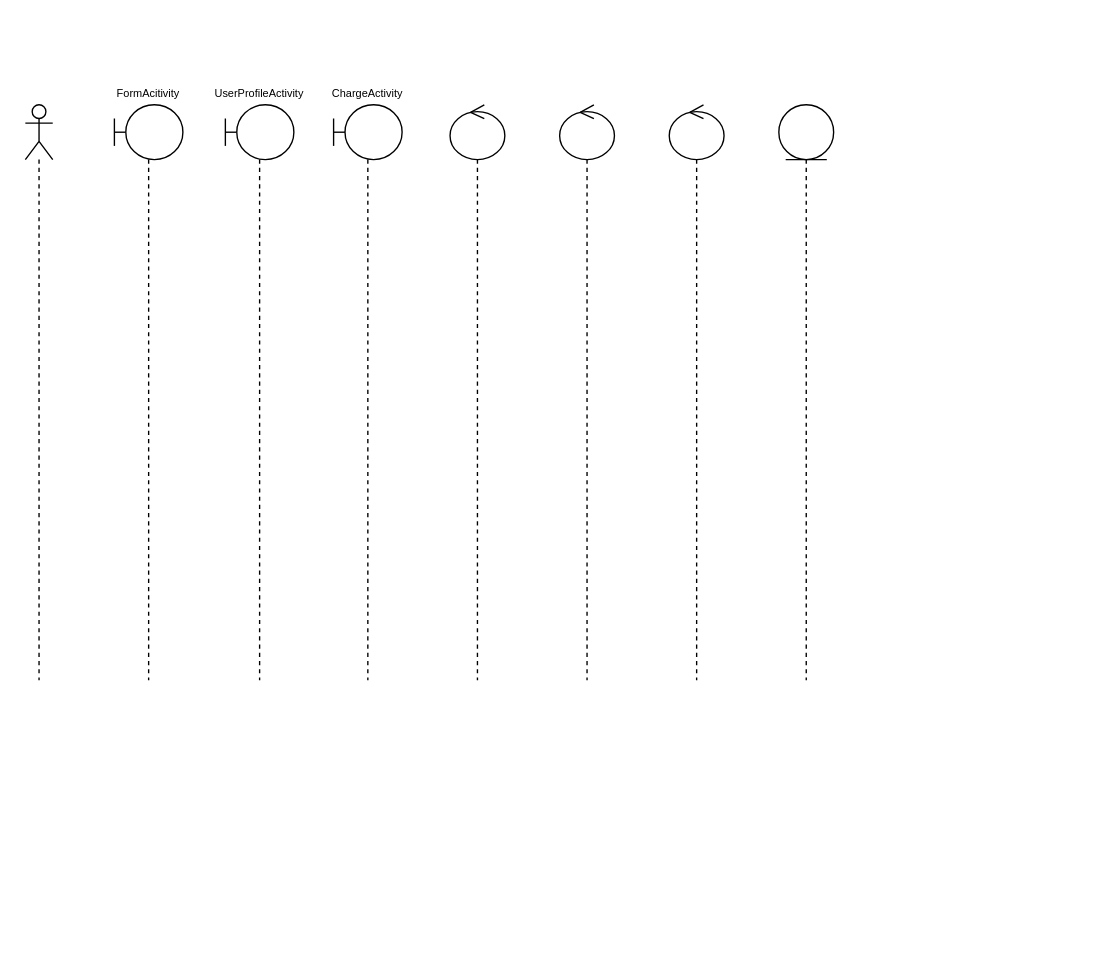
Before: Snap.drawio in mrezaabqr/ttsnmock, a draw.io diagram. Source tidied: cells renumbered, new cells numbered last; positions are measured from the earlier drawing's top-left corner, leaving out a move shared by most shapes. Both pictures are drawn from the tidied source at 137%, with x=0, y=0 at pixel (25, 104).
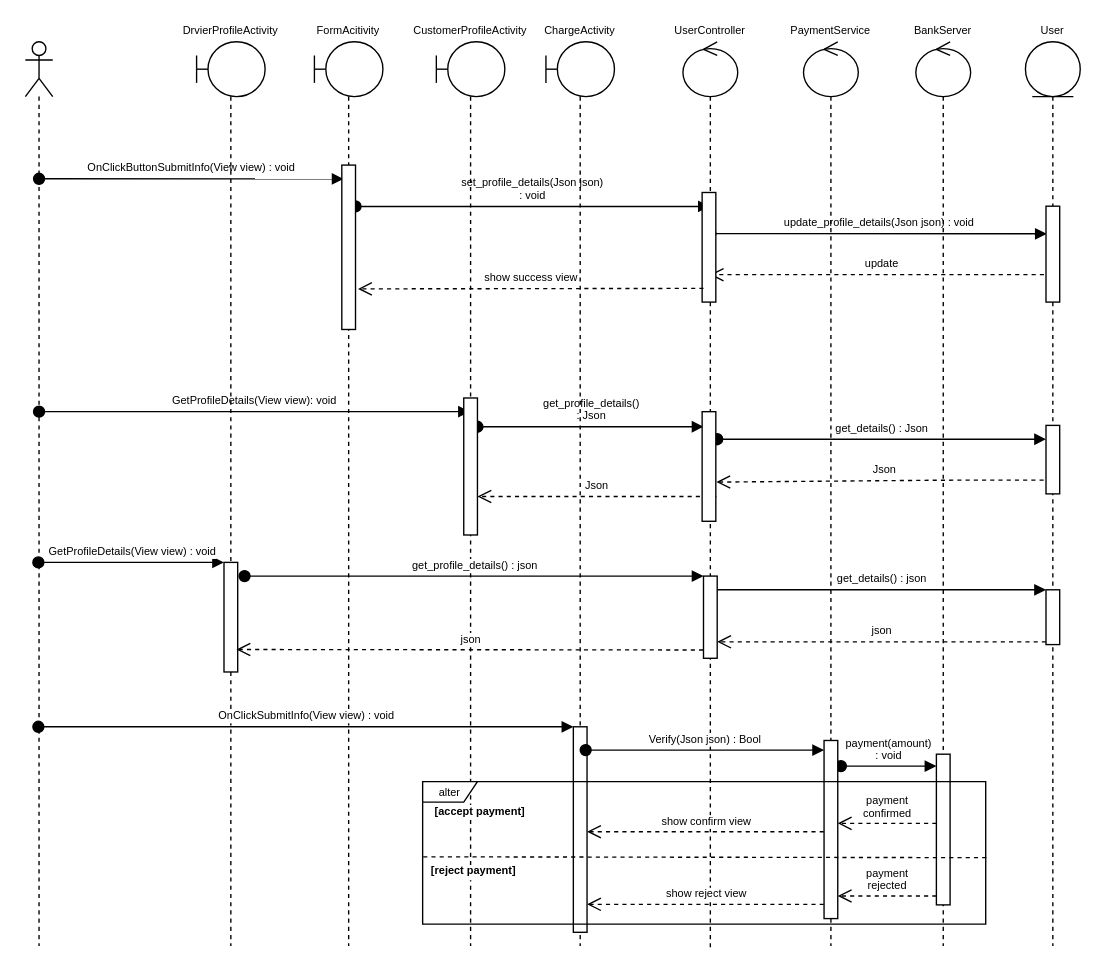
The same diagram, later.

Diff of the diagram source:
```diff
@@
+    <mxCell id="10" value="payment(amount) &lt;br&gt;: void" style="html=1;verticalAlign=bottom;startArrow=oval;endArrow=block;startSize=8;labelBackgroundColor=none;fontSize=8;fontColor=#000000;exitX=1.233;exitY=0.096;exitDx=0;exitDy=0;exitPerimeter=0;" parent="1" edge="1">
+      <mxGeometry relative="1" as="geometry">
+        <mxPoint x="595.3" y="482.7" as="sourcePoint" />
+        <mxPoint x="665" y="482.7" as="targetPoint" />
+      </mxGeometry>
+    </mxCell>
+    <mxCell id="11" value="Json" style="html=1;verticalAlign=bottom;endArrow=open;dashed=1;endSize=8;fontSize=8;exitX=0.9;exitY=0.963;exitDx=0;exitDy=0;exitPerimeter=0;" parent="1" edge="1" target="20">
+      <mxGeometry relative="1" as="geometry">
+        <mxPoint x="504.4" y="285.9" as="sourcePoint" />
+      </mxGeometry>
+    </mxCell>
+    <mxCell id="12" value="Json" style="html=1;verticalAlign=bottom;endArrow=open;dashed=1;endSize=8;fontSize=8;entryX=0.9;entryY=0.917;entryDx=0;entryDy=0;entryPerimeter=0;" parent="1" edge="1">
+      <mxGeometry relative="1" as="geometry">
+        <mxPoint x="749.3" y="274" as="sourcePoint" />
+        <mxPoint x="504.4" y="275.4" as="targetPoint" />
+        <Array as="points">
+          <mxPoint x="670" y="274" />
+        </Array>
+      </mxGeometry>
+    </mxCell>
+    <mxCell id="13" value="get_details() : Json" style="html=1;verticalAlign=bottom;startArrow=oval;startFill=1;endArrow=block;startSize=8;fontSize=8;" parent="1" edge="1" target="26">
+      <mxGeometry relative="1" as="geometry">
+        <mxPoint x="505" y="244.1" as="sourcePoint" />
+      </mxGeometry>
+    </mxCell>
+    <mxCell id="14" value="get_profile_details()&lt;br&gt;: Json" style="html=1;verticalAlign=bottom;startArrow=oval;startFill=1;endArrow=block;startSize=8;fontSize=8;labelPosition=center;verticalLabelPosition=top;align=center;" parent="1" edge="1">
+      <mxGeometry relative="1" as="geometry">
+        <mxPoint x="330" y="235" as="sourcePoint" />
+        <mxPoint x="495" y="235" as="targetPoint" />
+      </mxGeometry>
+    </mxCell>
+    <mxCell id="15" value="GetProfileDetails(View view): void" style="html=1;verticalAlign=bottom;startArrow=oval;startFill=1;endArrow=block;startSize=8;fontSize=8;labelPosition=center;verticalLabelPosition=top;align=center;" parent="1" edge="1" target="4">
+      <mxGeometry relative="1" as="geometry">
+        <mxPoint x="10" y="224" as="sourcePoint" />
+      </mxGeometry>
+    </mxCell>
+    <mxCell id="16" value="update" style="html=1;verticalAlign=bottom;endArrow=open;dashed=1;endSize=8;fontSize=8;" parent="1" edge="1" source="9" target="6">
+      <mxGeometry relative="1" as="geometry">
+        <Array as="points">
+          <mxPoint x="670" y="124" />
+        </Array>
+      </mxGeometry>
+    </mxCell>
+    <mxCell id="17" value="set_profile_details(Json json)&lt;br&gt;: void" style="html=1;verticalAlign=bottom;startArrow=oval;startFill=1;endArrow=block;startSize=8;fontSize=8;labelPosition=center;verticalLabelPosition=top;align=center;entryX=0.5;entryY=0.043;entryDx=0;entryDy=0;entryPerimeter=0;" parent="1" edge="1" source="19">
+      <mxGeometry relative="1" as="geometry">
+        <mxPoint x="499.6" y="74.2" as="targetPoint" />
+      </mxGeometry>
+    </mxCell>
     <mxCell id="2" style="shape=umlLifeline;participant=umlActor;perimeter=lifelinePerimeter;whiteSpace=wrap;html=1;verticalAlign=top;spacingTop=36;labelBackgroundColor=#ffffff;outlineConnect=0;" parent="1" vertex="1">
-      <mxGeometry width="20" height="420" as="geometry" />
+      <mxGeometry y="-46" width="20" height="660" as="geometry" />
     </mxCell>
+    <mxCell id="18" value="OnClickButtonSubmitInfo(View view) : void&lt;br&gt;" style="html=1;verticalAlign=bottom;startArrow=oval;startFill=1;endArrow=block;startSize=8;fontSize=8;labelPosition=center;verticalLabelPosition=top;align=center;entryX=0.128;entryY=0.084;entryDx=0;entryDy=0;entryPerimeter=0;" parent="2" edge="1" target="19">
+      <mxGeometry relative="1" as="geometry">
+        <mxPoint x="10" y="100" as="sourcePoint" />
+      </mxGeometry>
+    </mxCell>
     <mxCell id="3" value="FormAcitivity&lt;br&gt;" style="shape=umlLifeline;participant=umlBoundary;perimeter=lifelinePerimeter;whiteSpace=wrap;html=1;verticalAlign=bottom;spacingTop=36;labelBackgroundColor=#ffffff;fontSize=8;labelPosition=center;verticalLabelPosition=top;align=center;size=40;" parent="1" vertex="1">
-      <mxGeometry x="65" width="50" height="420" as="geometry" />
+      <mxGeometry x="211" y="-46" width="50" height="660" as="geometry" />
     </mxCell>
+    <mxCell id="19" style="html=1;points=[];perimeter=orthogonalPerimeter;fontSize=8;" parent="3" vertex="1">
+      <mxGeometry x="20" y="90" width="10" height="120" as="geometry" />
+    </mxCell>
-    <mxCell id="4" value="UserProfileActivity&lt;br&gt;" style="shape=umlLifeline;participant=umlBoundary;perimeter=lifelinePerimeter;whiteSpace=wrap;html=1;verticalAlign=bottom;spacingTop=36;labelBackgroundColor=#ffffff;outlineConnect=0;fontSize=8;labelPosition=center;verticalLabelPosition=top;align=center;" parent="1" vertex="1">
-      <mxGeometry x="146" width="50" height="420" as="geometry" />
+    <mxCell id="4" value="CustomerProfileActivity&lt;br&gt;" style="shape=umlLifeline;participant=umlBoundary;perimeter=lifelinePerimeter;whiteSpace=wrap;html=1;verticalAlign=bottom;spacingTop=36;labelBackgroundColor=#ffffff;outlineConnect=0;fontSize=8;labelPosition=center;verticalLabelPosition=top;align=center;" parent="1" vertex="1">
+      <mxGeometry x="300" y="-46" width="50" height="660" as="geometry" />
     </mxCell>
+    <mxCell id="20" style="html=1;points=[];perimeter=orthogonalPerimeter;fontSize=8;" parent="4" vertex="1">
+      <mxGeometry x="20" y="260" width="10" height="100" as="geometry" />
+    </mxCell>
+    <mxCell id="6" value="UserController&lt;br&gt;" style="shape=umlLifeline;participant=umlControl;perimeter=lifelinePerimeter;whiteSpace=wrap;html=1;verticalAlign=bottom;spacingTop=36;labelBackgroundColor=#ffffff;outlineConnect=0;fontSize=8;labelPosition=center;verticalLabelPosition=top;align=center;" parent="1" vertex="1">
+      <mxGeometry x="480" y="-46" width="40" height="664" as="geometry" />
+    </mxCell>
+    <mxCell id="21" value="update_profile_details(Json json) : void" style="html=1;verticalAlign=bottom;startArrow=oval;startFill=1;endArrow=block;startSize=8;fontSize=8;entryX=0.055;entryY=0.288;entryDx=0;entryDy=0;entryPerimeter=0;" parent="6" edge="1" target="25">
+      <mxGeometry relative="1" as="geometry">
+        <mxPoint x="20" y="140" as="sourcePoint" />
+      </mxGeometry>
+    </mxCell>
+    <mxCell id="22" style="html=1;points=[];perimeter=orthogonalPerimeter;fontSize=8;" parent="6" vertex="1">
+      <mxGeometry x="15" y="390" width="10" height="60" as="geometry" />
+    </mxCell>
+    <mxCell id="23" style="html=1;perimeter=orthogonalPerimeter;shadow=0;comic=0;labelBackgroundColor=none;fontSize=8;fontColor=#000000;" parent="6" vertex="1">
+      <mxGeometry x="14" y="110" width="10" height="80" as="geometry" />
+    </mxCell>
+    <mxCell id="24" style="html=1;perimeter=orthogonalPerimeter;shadow=0;comic=0;labelBackgroundColor=none;fontSize=8;fontColor=#000000;" parent="6" vertex="1">
+      <mxGeometry x="14" y="270" width="10" height="80" as="geometry" />
+    </mxCell>
+    <mxCell id="9" value="User" style="shape=umlLifeline;participant=umlEntity;perimeter=lifelinePerimeter;whiteSpace=wrap;html=1;verticalAlign=bottom;spacingTop=36;labelBackgroundColor=#ffffff;outlineConnect=0;fontSize=8;labelPosition=center;verticalLabelPosition=top;align=center;" parent="1" vertex="1">
+      <mxGeometry x="730" y="-46" width="40" height="660" as="geometry" />
+    </mxCell>
+    <mxCell id="25" style="html=1;points=[];perimeter=orthogonalPerimeter;fontSize=8;" parent="9" vertex="1">
+      <mxGeometry x="15" y="120" width="10" height="70" as="geometry" />
+    </mxCell>
+    <mxCell id="26" style="html=1;points=[];perimeter=orthogonalPerimeter;fontSize=8;" parent="9" vertex="1">
+      <mxGeometry x="15" y="280" width="10" height="50" as="geometry" />
+    </mxCell>
+    <mxCell id="27" style="html=1;points=[];perimeter=orthogonalPerimeter;fontSize=8;" parent="9" vertex="1">
+      <mxGeometry x="15" y="400" width="10" height="40" as="geometry" />
+    </mxCell>
     <mxCell id="5" value="ChargeActivity" style="shape=umlLifeline;participant=umlBoundary;perimeter=lifelinePerimeter;whiteSpace=wrap;html=1;verticalAlign=bottom;spacingTop=36;labelBackgroundColor=#ffffff;fontSize=8;labelPosition=center;verticalLabelPosition=top;align=center;" parent="1" vertex="1">
-      <mxGeometry x="225" width="50" height="420" as="geometry" />
+      <mxGeometry x="380" y="-46" width="50" height="660" as="geometry" />
     </mxCell>
-    <mxCell id="6" style="shape=umlLifeline;participant=umlControl;perimeter=lifelinePerimeter;whiteSpace=wrap;html=1;verticalAlign=top;spacingTop=36;labelBackgroundColor=#ffffff;outlineConnect=0;fontSize=8;" parent="1" vertex="1">
-      <mxGeometry x="310" width="40" height="420" as="geometry" />
-    </mxCell>
-    <mxCell id="7" style="shape=umlLifeline;participant=umlControl;perimeter=lifelinePerimeter;whiteSpace=wrap;html=1;verticalAlign=top;spacingTop=36;labelBackgroundColor=#ffffff;fontSize=8;" parent="1" vertex="1">
-      <mxGeometry x="390" width="40" height="420" as="geometry" />
-    </mxCell>
-    <mxCell id="8" style="shape=umlLifeline;participant=umlControl;perimeter=lifelinePerimeter;whiteSpace=wrap;html=1;verticalAlign=top;spacingTop=36;labelBackgroundColor=#ffffff;fontSize=8;" parent="1" vertex="1">
-      <mxGeometry x="470" width="40" height="420" as="geometry" />
-    </mxCell>
-    <mxCell id="9" style="shape=umlLifeline;participant=umlEntity;perimeter=lifelinePerimeter;whiteSpace=wrap;html=1;verticalAlign=top;spacingTop=36;labelBackgroundColor=#ffffff;outlineConnect=0;fontSize=8;" parent="1" vertex="1">
-      <mxGeometry x="550" width="40" height="420" as="geometry" />
-    </mxCell>
+    <mxCell id="28" style="html=1;points=[];perimeter=orthogonalPerimeter;fontSize=8;" parent="5" vertex="1">
+      <mxGeometry x="20" y="500" width="10" height="150" as="geometry" />
+    </mxCell>
+    <mxCell id="29" value="show success view" style="html=1;verticalAlign=bottom;endArrow=open;dashed=1;endSize=8;fontSize=8;entryX=1.183;entryY=0.753;entryDx=0;entryDy=0;entryPerimeter=0;" parent="1" edge="1" target="19">
+      <mxGeometry relative="1" as="geometry">
+        <mxPoint x="495" y="134" as="sourcePoint" />
+      </mxGeometry>
+    </mxCell>
+    <mxCell id="30" value="DrvierProfileActivity&lt;br&gt;" style="shape=umlLifeline;participant=umlBoundary;perimeter=lifelinePerimeter;whiteSpace=wrap;html=1;verticalAlign=bottom;spacingTop=36;labelBackgroundColor=#ffffff;fontSize=8;labelPosition=center;verticalLabelPosition=top;align=center;" parent="1" vertex="1">
+      <mxGeometry x="125" y="-46" width="50" height="660" as="geometry" />
+    </mxCell>
+    <mxCell id="31" style="html=1;points=[];perimeter=orthogonalPerimeter;fontSize=8;" parent="30" vertex="1">
+      <mxGeometry x="20" y="380" width="10" height="80" as="geometry" />
+    </mxCell>
+    <mxCell id="32" value="GetProfileDetails(View view) : void" style="html=1;verticalAlign=bottom;startArrow=oval;endArrow=block;startSize=8;labelBackgroundColor=#FFFFFF;fontSize=8;" parent="1" edge="1" source="2" target="31">
+      <mxGeometry relative="1" as="geometry" />
+    </mxCell>
+    <mxCell id="33" value="get_profile_details() : json" style="html=1;verticalAlign=bottom;startArrow=oval;endArrow=block;startSize=8;labelBackgroundColor=#FFFFFF;fontSize=8;exitX=1.5;exitY=0.125;exitDx=0;exitDy=0;exitPerimeter=0;" parent="1" edge="1" source="31" target="22">
+      <mxGeometry relative="1" as="geometry" />
+    </mxCell>
+    <mxCell id="34" value="json" style="html=1;verticalAlign=bottom;endArrow=open;dashed=1;endSize=8;exitX=0;exitY=0.95;labelBackgroundColor=#FFFFFF;fontSize=8;" parent="1" edge="1" source="27" target="22">
+      <mxGeometry relative="1" as="geometry" />
+    </mxCell>
+    <mxCell id="35" value="get_details() : json" style="html=1;verticalAlign=bottom;endArrow=block;entryX=0;entryY=0;labelBackgroundColor=#FFFFFF;fontSize=8;" parent="1" edge="1" source="22" target="27">
+      <mxGeometry relative="1" as="geometry" />
+    </mxCell>
+    <mxCell id="36" value="json" style="html=1;verticalAlign=bottom;endArrow=open;dashed=1;endSize=8;labelBackgroundColor=#FFFFFF;fontSize=8;entryX=0.91;entryY=0.795;entryDx=0;entryDy=0;entryPerimeter=0;exitX=-0.026;exitY=0.899;exitDx=0;exitDy=0;exitPerimeter=0;" parent="1" edge="1" source="22" target="31">
+      <mxGeometry relative="1" as="geometry" />
+    </mxCell>
+    <mxCell id="37" value="PaymentService" style="shape=umlLifeline;participant=umlControl;perimeter=lifelinePerimeter;whiteSpace=wrap;html=1;verticalAlign=bottom;spacingTop=36;labelBackgroundColor=#ffffff;fontSize=8;labelPosition=center;verticalLabelPosition=top;align=center;" parent="1" vertex="1">
+      <mxGeometry x="568" y="-46" width="40" height="660" as="geometry" />
+    </mxCell>
+    <mxCell id="38" style="html=1;perimeter=orthogonalPerimeter;fontSize=8;" parent="37" vertex="1">
+      <mxGeometry x="15" y="510" width="10" height="130" as="geometry" />
+    </mxCell>
+    <mxCell id="39" value="OnClickSubmitInfo(View view) : void" style="html=1;verticalAlign=bottom;startArrow=oval;endArrow=block;startSize=8;labelBackgroundColor=#FFFFFF;fontSize=8;" parent="1" edge="1" source="2" target="28">
+      <mxGeometry relative="1" as="geometry" />
+    </mxCell>
+    <mxCell id="40" value="BankServer" style="shape=umlLifeline;participant=umlControl;perimeter=lifelinePerimeter;whiteSpace=wrap;html=1;verticalAlign=bottom;spacingTop=36;labelBackgroundColor=#ffffff;fontSize=8;labelPosition=center;verticalLabelPosition=top;align=center;" parent="1" vertex="1">
+      <mxGeometry x="650" y="-46" width="40" height="660" as="geometry" />
+    </mxCell>
+    <mxCell id="41" style="html=1;perimeter=orthogonalPerimeter;shadow=0;comic=0;labelBackgroundColor=none;fontSize=8;fontColor=#000000;" parent="40" vertex="1">
+      <mxGeometry x="15" y="520" width="10" height="110" as="geometry" />
+    </mxCell>
+    <mxCell id="42" value="Verify(Json json) : Bool" style="html=1;verticalAlign=bottom;startArrow=oval;endArrow=block;startSize=8;labelBackgroundColor=#FFFFFF;fontSize=8;" parent="1" edge="1">
+      <mxGeometry relative="1" as="geometry">
+        <mxPoint x="409" y="471" as="sourcePoint" />
+        <mxPoint x="583" y="471" as="targetPoint" />
+        <Array as="points">
+          <mxPoint x="550" y="471" />
+        </Array>
+      </mxGeometry>
+    </mxCell>
+    <mxCell id="43" style="group;" parent="1" vertex="1">
+      <mxGeometry x="290" y="494" width="411" height="104" as="geometry" />
+    </mxCell>
+    <mxCell id="44" value="alter" style="shape=umlFrame;whiteSpace=wrap;html=1;shadow=0;comic=0;fontSize=8;width=40;height=15;labelBackgroundColor=none;" parent="43" vertex="1">
+      <mxGeometry width="411" height="104" as="geometry" />
+    </mxCell>
+    <mxCell id="45" value="dispatch" style="html=1;verticalAlign=bottom;startArrow=none;startFill=0;endArrow=none;startSize=6;endSize=8;labelBackgroundColor=#FFFFFF;fontSize=8;entryX=1.007;entryY=0.534;entryDx=0;entryDy=0;entryPerimeter=0;endFill=0;noLabel=1;fontColor=none;exitX=0.001;exitY=0.528;exitDx=0;exitDy=0;exitPerimeter=0;dashed=1;" parent="43" edge="1" source="44" target="44">
+      <mxGeometry relative="1" as="geometry" />
+    </mxCell>
+    <mxCell id="46" value="[reject payment]" style="text;align=center;fontStyle=1;verticalAlign=middle;spacingLeft=3;spacingRight=3;strokeColor=none;shadow=0;comic=0;fontSize=8;fontColor=#000000;labelBackgroundColor=#ffffff;" parent="43" vertex="1">
+      <mxGeometry x="18.7" y="60.7" width="37.4" height="8.7" as="geometry" />
+    </mxCell>
+    <mxCell id="47" value="[accept payment]" style="text;align=center;fontStyle=1;verticalAlign=middle;spacingLeft=3;spacingRight=3;strokeColor=none;shadow=0;comic=0;fontSize=8;fontColor=#000000;labelBackgroundColor=#ffffff;" parent="43" vertex="1">
+      <mxGeometry x="23.4" y="17.4" width="37.4" height="8.7" as="geometry" />
+    </mxCell>
+    <mxCell id="48" value="payment &lt;br&gt;confirmed" style="html=1;verticalAlign=bottom;endArrow=open;dashed=1;endSize=8;labelBackgroundColor=#ffffff;fontSize=8;fontColor=#000000;" parent="1" edge="1">
+      <mxGeometry relative="1" as="geometry">
+        <mxPoint x="665" y="524.5" as="sourcePoint" />
+        <mxPoint x="593" y="524.5" as="targetPoint" />
+      </mxGeometry>
+    </mxCell>
+    <mxCell id="49" value="show confirm view" style="html=1;verticalAlign=bottom;endArrow=open;dashed=1;endSize=8;labelBackgroundColor=#ffffff;fontSize=8;fontColor=#000000;exitX=-0.029;exitY=0.769;exitDx=0;exitDy=0;exitPerimeter=0;" parent="1" edge="1" target="28">
+      <mxGeometry relative="1" as="geometry">
+        <mxPoint x="582.8" y="530.6" as="sourcePoint" />
+      </mxGeometry>
+    </mxCell>
+    <mxCell id="50" value="payment &lt;br&gt;rejected" style="html=1;verticalAlign=bottom;endArrow=open;dashed=1;endSize=8;labelBackgroundColor=#ffffff;fontSize=8;fontColor=#000000;" parent="1" edge="1">
+      <mxGeometry relative="1" as="geometry">
+        <mxPoint x="665" y="577.5" as="sourcePoint" />
+        <mxPoint x="593" y="577.5" as="targetPoint" />
+      </mxGeometry>
+    </mxCell>
+    <mxCell id="51" value="show reject view" style="html=1;verticalAlign=bottom;endArrow=open;dashed=1;endSize=8;labelBackgroundColor=#ffffff;fontSize=8;fontColor=#000000;exitX=-0.029;exitY=0.769;exitDx=0;exitDy=0;exitPerimeter=0;" parent="1" edge="1">
+      <mxGeometry relative="1" as="geometry">
+        <mxPoint x="582.8" y="583.6" as="sourcePoint" />
+        <mxPoint x="410" y="583.6" as="targetPoint" />
+      </mxGeometry>
+    </mxCell>
```
